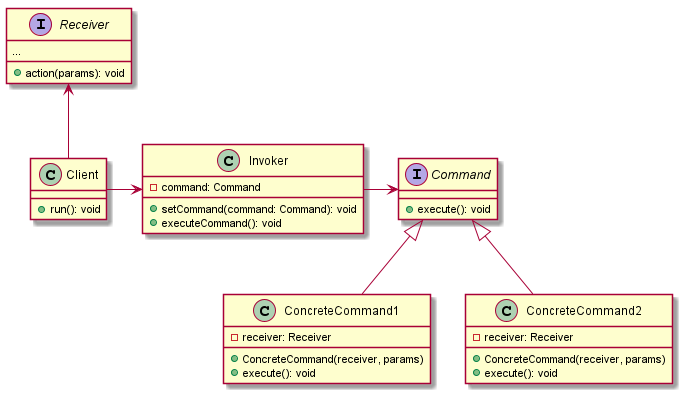
The PlantUML diagram src/main/resources/diagrams/behavioral/command/command.png in dominikcebula/gof-design-patterns, before a commit. Its source is kept beside it as src/main/resources/diagrams/behavioral/command/command.puml. Source of this version:
```plantuml
@startuml

interface Command {
  +execute(): void
}

class ConcreteCommand1 {
  -receiver: Receiver
  +ConcreteCommand(receiver, params)
  +execute(): void
}

class ConcreteCommand2 {
  -receiver: Receiver
  +ConcreteCommand(receiver, params)
  +execute(): void
}

interface Receiver {
  ...
  +action(params): void
}

class Invoker {
  -command: Command
  +setCommand(command: Command): void
  +executeCommand(): void
}

class Client {
  +run(): void
}

ConcreteCommand1 -up-|> Command
ConcreteCommand2 -up-|> Command

Invoker -right-> Command
Client -right-> Invoker
Client -up-> Receiver

@enduml
```
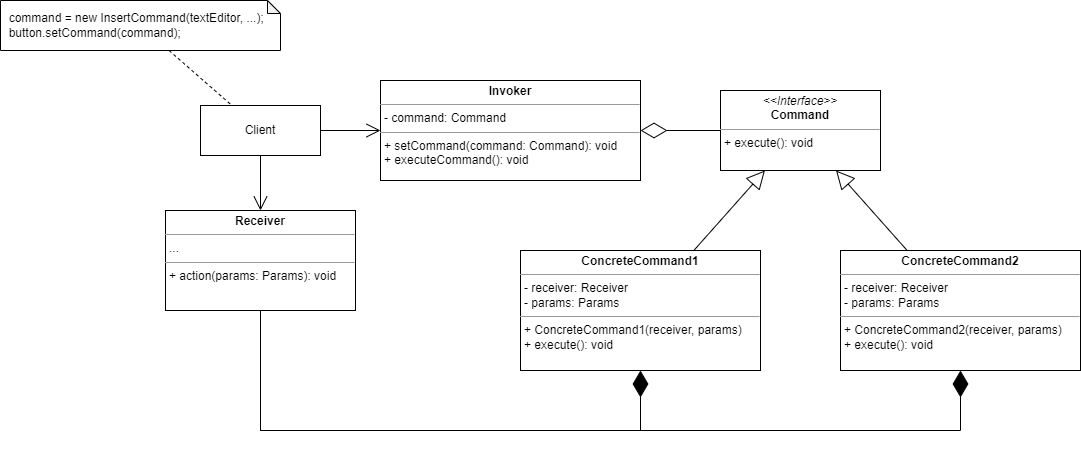
After the commit.

What changed in the source:
```diff
@@ -5,9 +5,10 @@
 }
 
 class ConcreteCommand1 {
-  -receiver: Receiver
-  +ConcreteCommand(receiver, params)
-  +execute(): void
+-receiver: Receiver
+-params: Params
++ ConcreteCommand(receiver, params)
++ execute(): void
 }
 
 class ConcreteCommand2 {
@@ -18,13 +19,13 @@
 
 interface Receiver {
   ...
-  +action(params): void
++ action(params: Params): void
 }
 
 class Invoker {
-  -command: Command
-  +setCommand(command: Command): void
-  +executeCommand(): void
+- command: Command
++ setCommand(command: Command): void
++ executeCommand(): void
 }
 
 class Client {
```
